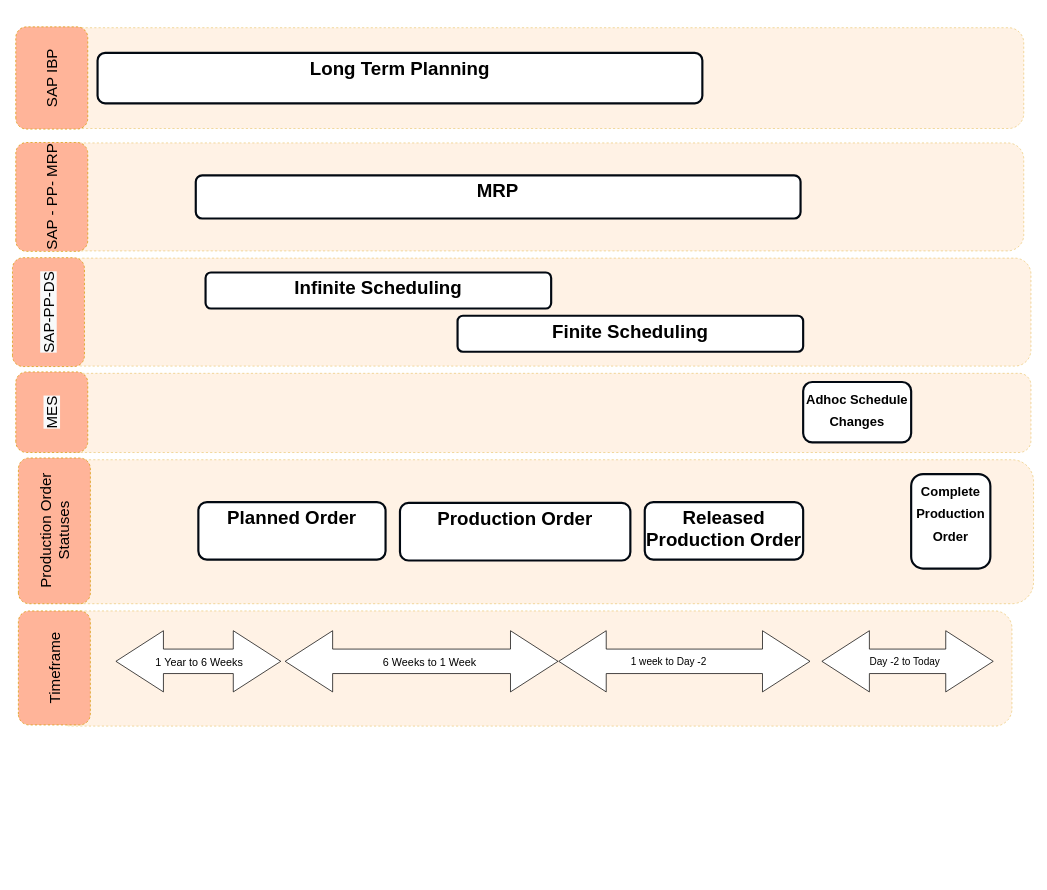
Above: page "Copy of MRP SAP- All Scheduling MES" (5 of 7) of MES.drawio in mrf742002/Diagrams (draw.io), before the change. Source tidied: cells renumbered, new cells numbered last; positions are measured from the earlier drawing's top-left corner, leaving out a move shared by most shapes. Both pictures are drawn from the tidied source at 72%, with x=0, y=0 at pixel (-19, 27).
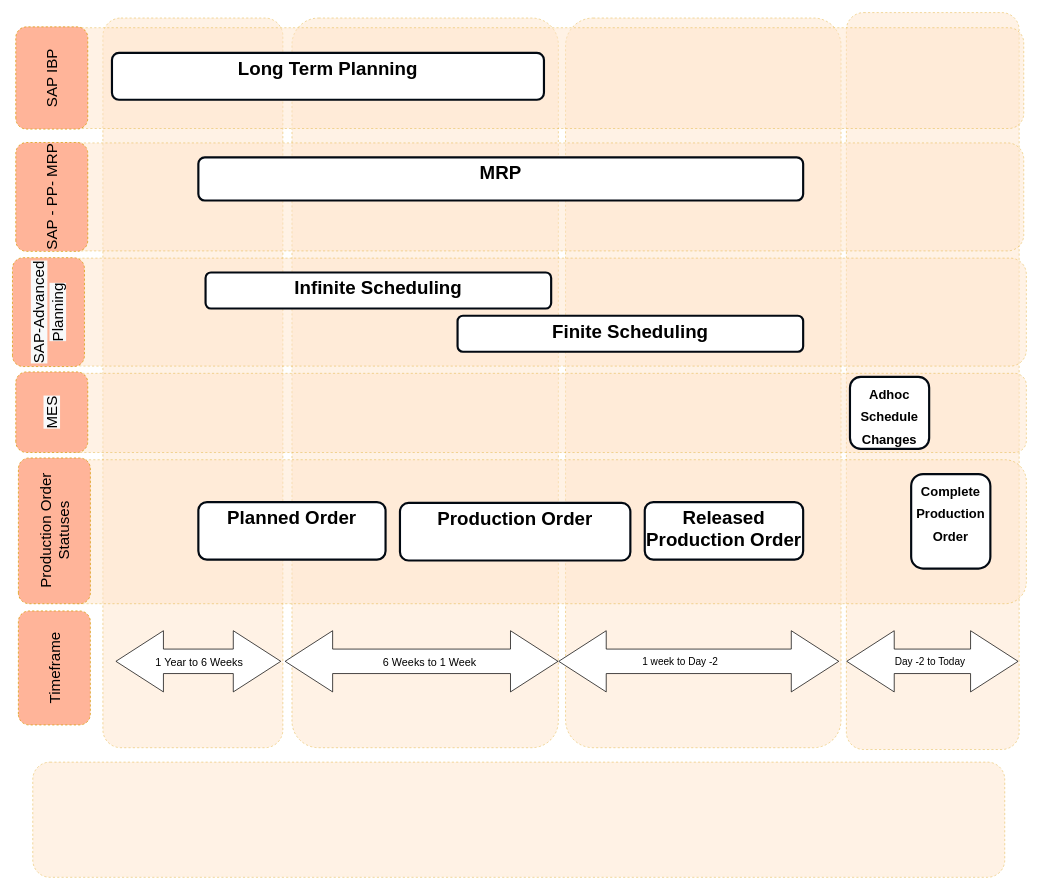
After the change.

Change to the diagram source:
```diff
@@
+    <mxCell id="7" style="rounded=1;whiteSpace=wrap;html=1;verticalAlign=top;strokeWidth=1;strokeColor=#d79b00;dashed=1;fillColor=#ffe6cc;opacity=50;" parent="1" vertex="1">
+      <mxGeometry x="71" y="1020" width="1350" height="160" as="geometry" />
+    </mxCell>
+    <mxCell id="31" style="rounded=1;whiteSpace=wrap;html=1;verticalAlign=top;strokeWidth=1;strokeColor=#d79b00;dashed=1;fillColor=#ffe6cc;opacity=50;arcSize=10;" parent="1" vertex="1">
+      <mxGeometry x="1201" y="-21" width="240" height="1023.5" as="geometry" />
+    </mxCell>
+    <mxCell id="32" style="rounded=1;whiteSpace=wrap;html=1;verticalAlign=top;strokeWidth=1;strokeColor=#d79b00;dashed=1;fillColor=#ffe6cc;opacity=50;arcSize=10;" parent="1" vertex="1">
+      <mxGeometry x="431" y="-13.5" width="370" height="1013.5" as="geometry" />
+    </mxCell>
+    <mxCell id="33" style="rounded=1;whiteSpace=wrap;html=1;verticalAlign=top;strokeWidth=1;strokeColor=#d79b00;dashed=1;fillColor=#ffe6cc;opacity=50;arcSize=10;" parent="1" vertex="1">
+      <mxGeometry x="168.4" y="-13.5" width="250" height="1013.5" as="geometry" />
+    </mxCell>
+    <mxCell id="34" style="rounded=1;whiteSpace=wrap;html=1;verticalAlign=top;strokeWidth=1;strokeColor=#d79b00;dashed=1;fillColor=#ffe6cc;opacity=50;arcSize=10;" parent="1" vertex="1">
+      <mxGeometry x="811" y="-13.5" width="382.6" height="1013.5" as="geometry" />
+    </mxCell>
     <mxCell id="2" style="rounded=1;whiteSpace=wrap;html=1;verticalAlign=top;strokeWidth=1;strokeColor=#d79b00;dashed=1;fillColor=#ffe6cc;opacity=50;" parent="1" vertex="1">
-      <mxGeometry x="117.4" y="480" width="1340" height="110" as="geometry" />
+      <mxGeometry x="117.4" y="480" width="1333.6" height="110" as="geometry" />
     </mxCell>
     <mxCell id="3" style="rounded=1;whiteSpace=wrap;html=1;verticalAlign=top;strokeWidth=1;strokeColor=#d79b00;dashed=1;fillColor=#ffe6cc;opacity=50;" parent="1" vertex="1">
-      <mxGeometry x="117.4" y="320" width="1340" height="150" as="geometry" />
+      <mxGeometry x="117.4" y="320" width="1333.6" height="150" as="geometry" />
     </mxCell>
-    <mxCell id="4" value="&lt;span style=&quot;background-color: rgb(248 , 249 , 250)&quot;&gt;SAP-PP-DS&lt;/span&gt;" style="rounded=1;whiteSpace=wrap;html=1;verticalAlign=middle;strokeWidth=1;strokeColor=#d79b00;dashed=1;fillColor=#FFB499;rotation=-90;fontSize=21;" parent="1" vertex="1">
+    <mxCell id="4" value="&lt;span style=&quot;background-color: rgb(248 , 249 , 250)&quot;&gt;SAP-Advanced Planning&lt;/span&gt;" style="rounded=1;whiteSpace=wrap;html=1;verticalAlign=middle;strokeWidth=1;strokeColor=#d79b00;dashed=1;fillColor=#FFB499;rotation=-90;fontSize=21;" parent="1" vertex="1">
       <mxGeometry x="17.2" y="345" width="151.2" height="100" as="geometry" />
     </mxCell>
@@
-    <mxCell id="7" style="rounded=1;whiteSpace=wrap;html=1;verticalAlign=top;strokeWidth=1;strokeColor=#d79b00;dashed=1;fillColor=#ffe6cc;opacity=50;" parent="1" vertex="1">
-      <mxGeometry x="101" y="810" width="1330" height="160" as="geometry" />
-    </mxCell>
     <mxCell id="8" style="rounded=1;whiteSpace=wrap;html=1;verticalAlign=top;strokeWidth=1;strokeColor=#d79b00;dashed=1;fillColor=#ffe6cc;opacity=50;" parent="1" vertex="1">
-      <mxGeometry x="101" y="600" width="1360" height="200" as="geometry" />
+      <mxGeometry x="101" y="600" width="1350" height="200" as="geometry" />
     </mxCell>
@@
     <mxCell id="13" value="&lt;b style=&quot;font-size: 26px&quot;&gt;MRP&lt;br style=&quot;font-size: 26px&quot;&gt;&lt;/b&gt;" style="rounded=1;whiteSpace=wrap;html=1;verticalAlign=top;strokeWidth=3;strokeColor=#020912;fontSize=26;" parent="1" vertex="1">
-      <mxGeometry x="297.4" y="205" width="840" height="60" as="geometry" />
+      <mxGeometry x="301" y="180" width="840" height="60" as="geometry" />
     </mxCell>
@@
     <mxCell id="15" value="&lt;b&gt;&lt;font style=&quot;font-size: 18px&quot;&gt;Adhoc Schedule Changes&lt;/font&gt;&lt;br style=&quot;font-size: 26px&quot;&gt;&lt;/b&gt;" style="rounded=1;whiteSpace=wrap;html=1;verticalAlign=top;strokeWidth=3;strokeColor=#020912;fontSize=26;" parent="1" vertex="1">
-      <mxGeometry x="1141" y="492" width="150" height="84" as="geometry" />
+      <mxGeometry x="1206" y="485" width="110" height="100" as="geometry" />
     </mxCell>
@@
     <mxCell id="22" style="shape=flexArrow;endArrow=classic;startArrow=classic;html=1;fontSize=34;endWidth=50;endSize=21.66;width=34;startWidth=50;startSize=21.66;fillColor=#ffffff;" parent="1" edge="1">
       <mxGeometry relative="1" as="geometry">
         <mxPoint x="801" y="880" as="sourcePoint" />
-        <mxPoint x="1151" y="880" as="targetPoint" />
+        <mxPoint x="1191" y="880" as="targetPoint" />
       </mxGeometry>
     </mxCell>
@@
     <mxCell id="24" style="shape=flexArrow;endArrow=classic;startArrow=classic;html=1;fontSize=34;endWidth=50;endSize=21.66;width=34;startWidth=50;startSize=21.66;fillColor=#ffffff;" parent="1" edge="1">
       <mxGeometry relative="1" as="geometry">
-        <mxPoint x="1166.5" y="880" as="sourcePoint" />
-        <mxPoint x="1405.5" y="880" as="targetPoint" />
+        <mxPoint x="1201" y="880" as="sourcePoint" />
+        <mxPoint x="1440" y="880" as="targetPoint" />
       </mxGeometry>
     </mxCell>
@@
     <mxCell id="27" value="&lt;b style=&quot;font-size: 26px&quot;&gt;Long Term Planning&lt;br style=&quot;font-size: 26px&quot;&gt;&lt;/b&gt;" style="rounded=1;whiteSpace=wrap;html=1;verticalAlign=top;strokeWidth=3;strokeColor=#020912;fontSize=26;" parent="1" vertex="1">
-      <mxGeometry x="161" y="35" width="840" height="70" as="geometry" />
+      <mxGeometry x="181" y="35" width="600" height="65" as="geometry" />
     </mxCell>
```
